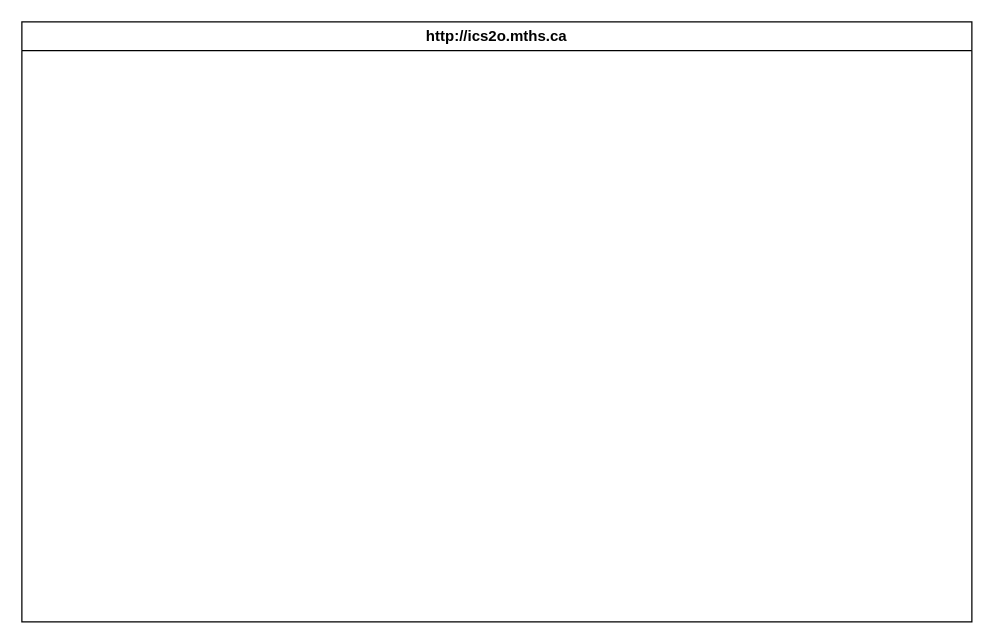
This is design/storyboard.drawio from MTHS-ICS2O-2-2022/ICS2O-Unit-5-07-Armatys22, a draw.io file, before an edit. Source tidied: cells renumbered, new cells numbered last; positions are measured from the earlier drawing's top-left corner, leaving out a move shared by most shapes. Both pictures are drawn from the tidied source at 125%, with x=0, y=0 at pixel (21, 21).
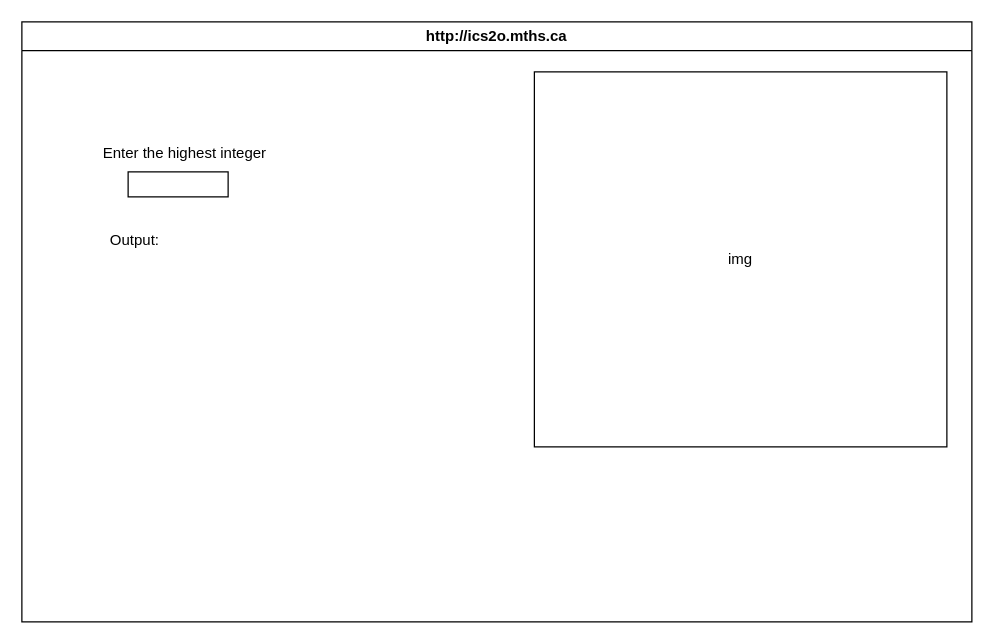
The same page after the edit.

Diff of the diagram source:
```diff
@@
 <mxGraphModel>
   <root>
     <mxCell id="0" />
     <mxCell id="1" parent="0" />
     <mxCell id="2" value="http://ics2o.mths.ca" style="swimlane;whiteSpace=wrap;html=1;" parent="1" vertex="1">
       <mxGeometry width="760" height="480" as="geometry" />
     </mxCell>
+    <mxCell id="3" value="img" style="whiteSpace=wrap;html=1;" parent="2" vertex="1">
+      <mxGeometry x="410" y="40" width="330" height="300" as="geometry" />
+    </mxCell>
+    <mxCell id="4" value="Enter the highest integer" style="text;html=1;align=center;verticalAlign=middle;strokeColor=none;fillColor=none;" parent="1" vertex="1">
+      <mxGeometry x="55" y="90" width="150" height="30" as="geometry" />
+    </mxCell>
+    <mxCell id="5" value="Output:" style="text;html=1;align=center;verticalAlign=middle;strokeColor=none;fillColor=none;" parent="1" vertex="1">
+      <mxGeometry x="60" y="160" width="60" height="30" as="geometry" />
+    </mxCell>
+    <mxCell id="6" style="whiteSpace=wrap;html=1;" parent="1" vertex="1">
+      <mxGeometry x="85" y="120" width="80" height="20" as="geometry" />
+    </mxCell>
   </root>
 </mxGraphModel>
```
